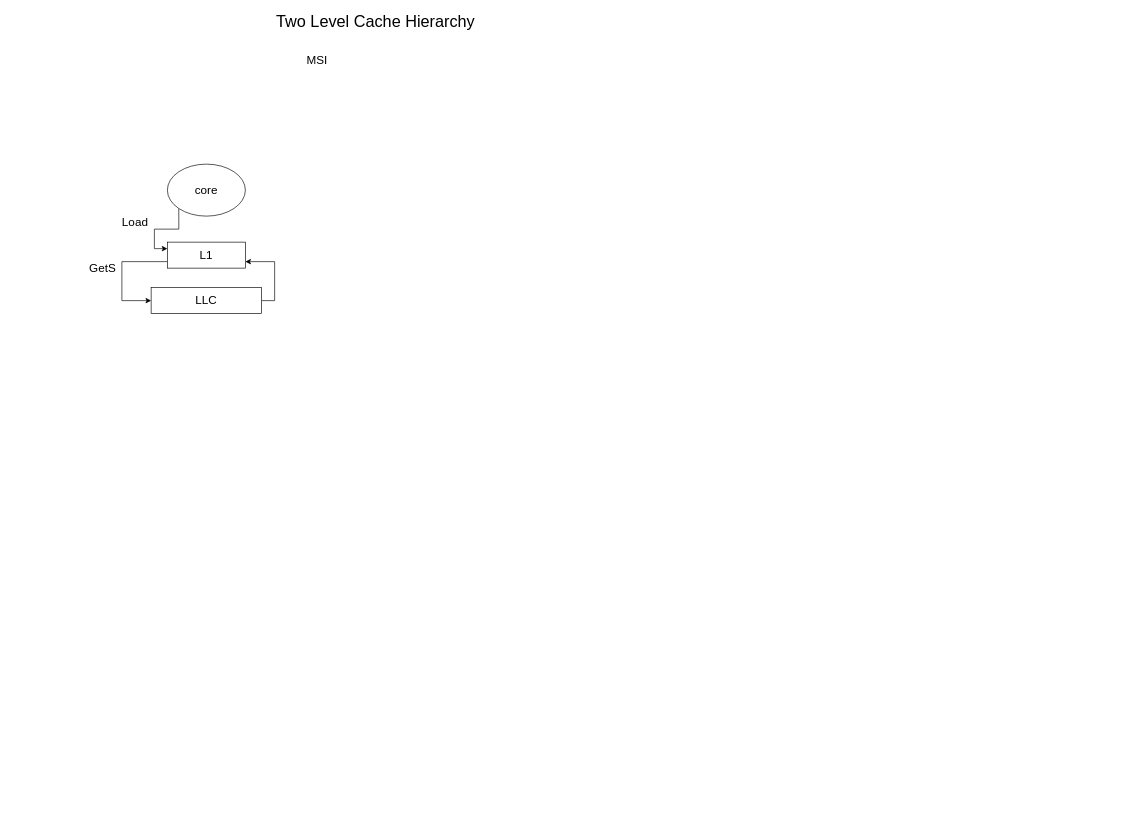
Before: coherence.drawio in miaochenlu/Draw, a draw.io diagram. Source tidied: cells renumbered, new cells numbered last; positions are measured from the earlier drawing's top-left corner, leaving out a move shared by most shapes. Both pictures are drawn from the tidied source at 65%, with x=0, y=0 at pixel (83, 14).
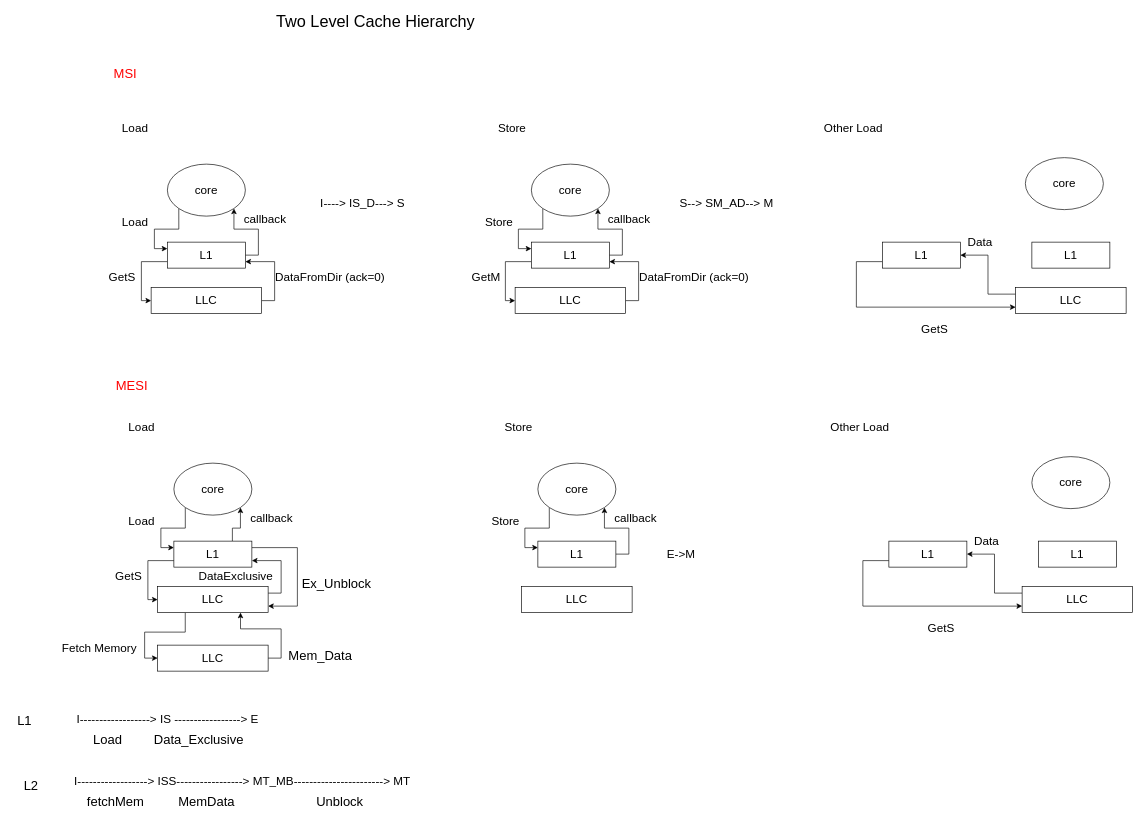
The same diagram, later.

Unchanged cells that the change refers to:
```xml
<mxCell id="5" value="L1" style="rounded=0;whiteSpace=wrap;html=1;fontSize=18;" parent="1" vertex="1">
  <mxGeometry x="130" y="350" width="120" height="40" as="geometry" />
</mxCell>
<mxCell id="7" value="core" style="ellipse;whiteSpace=wrap;html=1;fontSize=18;" parent="1" vertex="1">
  <mxGeometry x="130" y="230" width="120" height="80" as="geometry" />
</mxCell>
<mxCell id="9" value="LLC" style="rounded=0;whiteSpace=wrap;html=1;fontSize=18;" parent="1" vertex="1">
  <mxGeometry x="105" y="420" width="170" height="40" as="geometry" />
</mxCell>
```

Diff of the diagram source:
```diff
@@
-    <mxCell id="2" value="&lt;font style=&quot;font-size: 18px&quot;&gt;MSI&lt;/font&gt;" style="text;html=1;align=center;verticalAlign=middle;strokeColor=none;fillColor=none;" parent="1" vertex="1">
-      <mxGeometry x="335" y="60" width="50" height="20" as="geometry" />
+    <mxCell id="2" value="&lt;font style=&quot;font-size: 20px&quot; color=&quot;#ff0000&quot;&gt;MSI&lt;/font&gt;" style="text;html=1;align=center;verticalAlign=middle;strokeColor=none;fillColor=none;" parent="1" vertex="1">
+      <mxGeometry x="40" y="80" width="50" height="20" as="geometry" />
     </mxCell>
@@
     <mxCell id="4" style="edgeStyle=orthogonalEdgeStyle;rounded=0;jettySize=auto;html=1;exitX=0;exitY=0.75;exitDx=0;exitDy=0;entryX=0;entryY=0.5;entryDx=0;entryDy=0;fontSize=18;" parent="1" edge="1" source="5" target="9">
       <mxGeometry relative="1" as="geometry">
         <Array as="points">
-          <mxPoint x="60" y="380" />
-          <mxPoint x="60" y="440" />
+          <mxPoint x="90" y="380" />
+          <mxPoint x="90" y="440" />
         </Array>
       </mxGeometry>
     </mxCell>
+    <mxCell id="12" style="edgeStyle=orthogonalEdgeStyle;rounded=0;jettySize=auto;html=1;exitX=1;exitY=0.5;exitDx=0;exitDy=0;entryX=1;entryY=1;entryDx=0;entryDy=0;fontSize=18;" parent="1" edge="1" source="5" target="7">
+      <mxGeometry relative="1" as="geometry" />
+    </mxCell>
@@
     <mxCell id="11" value="GetS" style="text;html=1;align=center;verticalAlign=middle;strokeColor=none;fillColor=none;fontSize=18;" parent="1" vertex="1">
-      <mxGeometry y="375" width="60" height="30" as="geometry" />
+      <mxGeometry x="30" y="390" width="60" height="30" as="geometry" />
     </mxCell>
+    <mxCell id="13" value="DataFromDir (ack=0)" style="text;html=1;align=center;verticalAlign=middle;strokeColor=none;fillColor=none;fontSize=18;" parent="1" vertex="1">
+      <mxGeometry x="290" y="390" width="180" height="30" as="geometry" />
+    </mxCell>
+    <mxCell id="14" value="callback" style="text;html=1;align=center;verticalAlign=middle;strokeColor=none;fillColor=none;fontSize=18;" parent="1" vertex="1">
+      <mxGeometry x="240" y="300" width="80" height="30" as="geometry" />
+    </mxCell>
+    <mxCell id="15" value="I----&amp;gt; IS_D---&amp;gt; S" style="text;html=1;align=center;verticalAlign=middle;strokeColor=none;fillColor=none;fontSize=18;" parent="1" vertex="1">
+      <mxGeometry x="355" y="275" width="150" height="30" as="geometry" />
+    </mxCell>
+    <mxCell id="16" style="edgeStyle=orthogonalEdgeStyle;rounded=0;jettySize=auto;html=1;exitX=0;exitY=0.75;exitDx=0;exitDy=0;entryX=0;entryY=0.5;entryDx=0;entryDy=0;fontSize=18;" parent="1" edge="1" source="18" target="22">
+      <mxGeometry relative="1" as="geometry">
+        <Array as="points">
+          <mxPoint x="650" y="380" />
+          <mxPoint x="650" y="440" />
+        </Array>
+      </mxGeometry>
+    </mxCell>
+    <mxCell id="17" style="edgeStyle=orthogonalEdgeStyle;rounded=0;jettySize=auto;html=1;exitX=1;exitY=0.5;exitDx=0;exitDy=0;entryX=1;entryY=1;entryDx=0;entryDy=0;fontSize=18;" parent="1" edge="1" source="18" target="20">
+      <mxGeometry relative="1" as="geometry" />
+    </mxCell>
+    <mxCell id="18" value="L1" style="rounded=0;whiteSpace=wrap;html=1;fontSize=18;" parent="1" vertex="1">
+      <mxGeometry x="690" y="350" width="120" height="40" as="geometry" />
+    </mxCell>
+    <mxCell id="19" style="edgeStyle=orthogonalEdgeStyle;rounded=0;jettySize=auto;html=1;exitX=0;exitY=1;exitDx=0;exitDy=0;entryX=0;entryY=0.25;entryDx=0;entryDy=0;fontSize=18;" parent="1" edge="1" source="20" target="18">
+      <mxGeometry relative="1" as="geometry" />
+    </mxCell>
+    <mxCell id="20" value="core" style="ellipse;whiteSpace=wrap;html=1;fontSize=18;" parent="1" vertex="1">
+      <mxGeometry x="690" y="230" width="120" height="80" as="geometry" />
+    </mxCell>
+    <mxCell id="21" style="edgeStyle=orthogonalEdgeStyle;rounded=0;jettySize=auto;html=1;exitX=1;exitY=0.5;exitDx=0;exitDy=0;entryX=1;entryY=0.75;entryDx=0;entryDy=0;fontSize=18;" parent="1" edge="1" source="22" target="18">
+      <mxGeometry relative="1" as="geometry" />
+    </mxCell>
+    <mxCell id="22" value="LLC" style="rounded=0;whiteSpace=wrap;html=1;fontSize=18;" parent="1" vertex="1">
+      <mxGeometry x="665" y="420" width="170" height="40" as="geometry" />
+    </mxCell>
+    <mxCell id="23" value="Store" style="text;html=1;align=center;verticalAlign=middle;strokeColor=none;fillColor=none;fontSize=18;" parent="1" vertex="1">
+      <mxGeometry x="610" y="305" width="60" height="30" as="geometry" />
+    </mxCell>
+    <mxCell id="24" value="GetM" style="text;html=1;align=center;verticalAlign=middle;strokeColor=none;fillColor=none;fontSize=18;" parent="1" vertex="1">
+      <mxGeometry x="590" y="390" width="60" height="30" as="geometry" />
+    </mxCell>
+    <mxCell id="25" value="DataFromDir (ack=0)" style="text;html=1;align=center;verticalAlign=middle;strokeColor=none;fillColor=none;fontSize=18;" parent="1" vertex="1">
+      <mxGeometry x="850" y="390" width="180" height="30" as="geometry" />
+    </mxCell>
+    <mxCell id="26" value="callback" style="text;html=1;align=center;verticalAlign=middle;strokeColor=none;fillColor=none;fontSize=18;" parent="1" vertex="1">
+      <mxGeometry x="800" y="300" width="80" height="30" as="geometry" />
+    </mxCell>
+    <mxCell id="27" value="S--&amp;gt; SM_AD--&amp;gt; M" style="text;html=1;align=center;verticalAlign=middle;strokeColor=none;fillColor=none;fontSize=18;" parent="1" vertex="1">
+      <mxGeometry x="910" y="275" width="160" height="30" as="geometry" />
+    </mxCell>
+    <mxCell id="28" value="Load" style="text;html=1;align=center;verticalAlign=middle;strokeColor=none;fillColor=none;fontSize=18;" parent="1" vertex="1">
+      <mxGeometry x="50" y="160" width="60" height="30" as="geometry" />
+    </mxCell>
+    <mxCell id="29" value="Store" style="text;html=1;align=center;verticalAlign=middle;strokeColor=none;fillColor=none;fontSize=18;" parent="1" vertex="1">
+      <mxGeometry x="630" y="160" width="60" height="30" as="geometry" />
+    </mxCell>
+    <mxCell id="30" style="edgeStyle=orthogonalEdgeStyle;rounded=0;jettySize=auto;html=1;exitX=0;exitY=0.75;exitDx=0;exitDy=0;entryX=0;entryY=0.75;entryDx=0;entryDy=0;fontSize=18;" parent="1" edge="1" source="31" target="33">
+      <mxGeometry relative="1" as="geometry">
+        <Array as="points">
+          <mxPoint x="1190" y="380" />
+          <mxPoint x="1190" y="450" />
+        </Array>
+      </mxGeometry>
+    </mxCell>
+    <mxCell id="31" value="L1" style="rounded=0;whiteSpace=wrap;html=1;fontSize=18;" parent="1" vertex="1">
+      <mxGeometry x="1230" y="350" width="120" height="40" as="geometry" />
+    </mxCell>
+    <mxCell id="32" style="edgeStyle=orthogonalEdgeStyle;rounded=0;jettySize=auto;html=1;exitX=0;exitY=0.25;exitDx=0;exitDy=0;entryX=1;entryY=0.5;entryDx=0;entryDy=0;fontSize=18;" parent="1" edge="1" source="33" target="31">
+      <mxGeometry relative="1" as="geometry" />
+    </mxCell>
+    <mxCell id="33" value="LLC" style="rounded=0;whiteSpace=wrap;html=1;fontSize=18;" parent="1" vertex="1">
+      <mxGeometry x="1435" y="420" width="170" height="40" as="geometry" />
+    </mxCell>
+    <mxCell id="34" value="GetS" style="text;html=1;align=center;verticalAlign=middle;strokeColor=none;fillColor=none;fontSize=18;" parent="1" vertex="1">
+      <mxGeometry x="1280" y="470" width="60" height="30" as="geometry" />
+    </mxCell>
+    <mxCell id="35" value="Other Load" style="text;html=1;align=center;verticalAlign=middle;strokeColor=none;fillColor=none;fontSize=18;" parent="1" vertex="1">
+      <mxGeometry x="1130" y="160" width="110" height="30" as="geometry" />
+    </mxCell>
+    <mxCell id="36" value="core" style="ellipse;whiteSpace=wrap;html=1;fontSize=18;" parent="1" vertex="1">
+      <mxGeometry x="1450" y="220" width="120" height="80" as="geometry" />
+    </mxCell>
+    <mxCell id="37" value="L1" style="rounded=0;whiteSpace=wrap;html=1;fontSize=18;" parent="1" vertex="1">
+      <mxGeometry x="1460" y="350" width="120" height="40" as="geometry" />
+    </mxCell>
+    <mxCell id="38" value="Data" style="text;html=1;align=center;verticalAlign=middle;strokeColor=none;fillColor=none;fontSize=18;" parent="1" vertex="1">
+      <mxGeometry x="1355" y="335" width="50" height="30" as="geometry" />
+    </mxCell>
+    <mxCell id="39" value="&lt;font style=&quot;font-size: 20px&quot; color=&quot;#ff0000&quot;&gt;MESI&lt;/font&gt;" style="text;html=1;align=center;verticalAlign=middle;strokeColor=none;fillColor=none;" parent="1" vertex="1">
+      <mxGeometry x="45" y="560" width="60" height="20" as="geometry" />
+    </mxCell>
+    <mxCell id="40" style="edgeStyle=orthogonalEdgeStyle;rounded=0;jettySize=auto;html=1;exitX=0;exitY=0.75;exitDx=0;exitDy=0;entryX=0;entryY=0.5;entryDx=0;entryDy=0;fontSize=18;" parent="1" edge="1" source="43" target="48">
+      <mxGeometry relative="1" as="geometry">
+        <Array as="points">
+          <mxPoint x="100" y="840" />
+          <mxPoint x="100" y="900" />
+        </Array>
+      </mxGeometry>
+    </mxCell>
+    <mxCell id="41" style="edgeStyle=orthogonalEdgeStyle;rounded=0;jettySize=auto;html=1;exitX=0.75;exitY=0;exitDx=0;exitDy=0;entryX=1;entryY=1;entryDx=0;entryDy=0;fontSize=18;" parent="1" edge="1" source="43" target="45">
+      <mxGeometry relative="1" as="geometry" />
+    </mxCell>
+    <mxCell id="42" style="edgeStyle=orthogonalEdgeStyle;rounded=0;jettySize=auto;html=1;entryX=1;entryY=0.75;entryDx=0;entryDy=0;fontSize=20;fontColor=#000000;" parent="1" edge="1" target="48">
+      <mxGeometry relative="1" as="geometry">
+        <mxPoint x="260" y="820" as="sourcePoint" />
+        <Array as="points">
+          <mxPoint x="260" y="820" />
+          <mxPoint x="330" y="820" />
+          <mxPoint x="330" y="910" />
+        </Array>
+      </mxGeometry>
+    </mxCell>
+    <mxCell id="43" value="L1" style="rounded=0;whiteSpace=wrap;html=1;fontSize=18;" parent="1" vertex="1">
+      <mxGeometry x="140" y="810" width="120" height="40" as="geometry" />
+    </mxCell>
+    <mxCell id="44" style="edgeStyle=orthogonalEdgeStyle;rounded=0;jettySize=auto;html=1;exitX=0;exitY=1;exitDx=0;exitDy=0;entryX=0;entryY=0.25;entryDx=0;entryDy=0;fontSize=18;" parent="1" edge="1" source="45" target="43">
+      <mxGeometry relative="1" as="geometry" />
+    </mxCell>
+    <mxCell id="45" value="core" style="ellipse;whiteSpace=wrap;html=1;fontSize=18;" parent="1" vertex="1">
+      <mxGeometry x="140" y="690" width="120" height="80" as="geometry" />
+    </mxCell>
+    <mxCell id="46" style="edgeStyle=orthogonalEdgeStyle;rounded=0;jettySize=auto;html=1;exitX=1;exitY=0.25;exitDx=0;exitDy=0;entryX=1;entryY=0.75;entryDx=0;entryDy=0;fontSize=18;" parent="1" edge="1" source="48" target="43">
+      <mxGeometry relative="1" as="geometry" />
+    </mxCell>
+    <mxCell id="47" style="edgeStyle=orthogonalEdgeStyle;rounded=0;jettySize=auto;html=1;exitX=0.25;exitY=1;exitDx=0;exitDy=0;entryX=0;entryY=0.5;entryDx=0;entryDy=0;fontSize=20;fontColor=#FF0000;" parent="1" edge="1" source="48" target="74">
+      <mxGeometry relative="1" as="geometry">
+        <Array as="points">
+          <mxPoint x="158" y="950" />
+          <mxPoint x="95" y="950" />
+          <mxPoint x="95" y="990" />
+        </Array>
+      </mxGeometry>
+    </mxCell>
+    <mxCell id="48" value="LLC" style="rounded=0;whiteSpace=wrap;html=1;fontSize=18;" parent="1" vertex="1">
+      <mxGeometry x="115" y="880" width="170" height="40" as="geometry" />
+    </mxCell>
+    <mxCell id="49" value="Load" style="text;html=1;align=center;verticalAlign=middle;strokeColor=none;fillColor=none;fontSize=18;" parent="1" vertex="1">
+      <mxGeometry x="60" y="765" width="60" height="30" as="geometry" />
+    </mxCell>
+    <mxCell id="50" value="GetS" style="text;html=1;align=center;verticalAlign=middle;strokeColor=none;fillColor=none;fontSize=18;" parent="1" vertex="1">
+      <mxGeometry x="40" y="850" width="60" height="30" as="geometry" />
+    </mxCell>
+    <mxCell id="51" value="DataExclusive" style="text;html=1;align=center;verticalAlign=middle;strokeColor=none;fillColor=none;fontSize=18;" parent="1" vertex="1">
+      <mxGeometry x="170" y="850" width="130" height="30" as="geometry" />
+    </mxCell>
+    <mxCell id="52" value="callback" style="text;html=1;align=center;verticalAlign=middle;strokeColor=none;fillColor=none;fontSize=18;" parent="1" vertex="1">
+      <mxGeometry x="250" y="760" width="80" height="30" as="geometry" />
+    </mxCell>
+    <mxCell id="53" value="I------------------&amp;gt; ISS-----------------&amp;gt; MT_MB-----------------------&amp;gt; MT" style="text;html=1;align=center;verticalAlign=middle;strokeColor=none;fillColor=none;fontSize=18;" parent="1" vertex="1">
+      <mxGeometry x="-20" y="1165" width="530" height="30" as="geometry" />
+    </mxCell>
+    <mxCell id="54" style="edgeStyle=orthogonalEdgeStyle;rounded=0;jettySize=auto;html=1;exitX=1;exitY=0.5;exitDx=0;exitDy=0;entryX=1;entryY=1;entryDx=0;entryDy=0;fontSize=18;" parent="1" edge="1" source="55" target="57">
+      <mxGeometry relative="1" as="geometry" />
+    </mxCell>
+    <mxCell id="55" value="L1" style="rounded=0;whiteSpace=wrap;html=1;fontSize=18;" parent="1" vertex="1">
+      <mxGeometry x="700" y="810" width="120" height="40" as="geometry" />
+    </mxCell>
+    <mxCell id="56" style="edgeStyle=orthogonalEdgeStyle;rounded=0;jettySize=auto;html=1;exitX=0;exitY=1;exitDx=0;exitDy=0;entryX=0;entryY=0.25;entryDx=0;entryDy=0;fontSize=18;" parent="1" edge="1" source="57" target="55">
+      <mxGeometry relative="1" as="geometry" />
+    </mxCell>
+    <mxCell id="57" value="core" style="ellipse;whiteSpace=wrap;html=1;fontSize=18;" parent="1" vertex="1">
+      <mxGeometry x="700" y="690" width="120" height="80" as="geometry" />
+    </mxCell>
+    <mxCell id="58" value="LLC" style="rounded=0;whiteSpace=wrap;html=1;fontSize=18;" parent="1" vertex="1">
+      <mxGeometry x="675" y="880" width="170" height="40" as="geometry" />
+    </mxCell>
+    <mxCell id="59" value="Store" style="text;html=1;align=center;verticalAlign=middle;strokeColor=none;fillColor=none;fontSize=18;" parent="1" vertex="1">
+      <mxGeometry x="620" y="765" width="60" height="30" as="geometry" />
+    </mxCell>
+    <mxCell id="60" value="callback" style="text;html=1;align=center;verticalAlign=middle;strokeColor=none;fillColor=none;fontSize=18;" parent="1" vertex="1">
+      <mxGeometry x="810" y="760" width="80" height="30" as="geometry" />
+    </mxCell>
+    <mxCell id="61" value="E-&amp;gt;M" style="text;html=1;align=center;verticalAlign=middle;strokeColor=none;fillColor=none;fontSize=18;" parent="1" vertex="1">
+      <mxGeometry x="890" y="815" width="60" height="30" as="geometry" />
+    </mxCell>
+    <mxCell id="62" value="Load" style="text;html=1;align=center;verticalAlign=middle;strokeColor=none;fillColor=none;fontSize=18;" parent="1" vertex="1">
+      <mxGeometry x="60" y="620" width="60" height="30" as="geometry" />
+    </mxCell>
+    <mxCell id="63" value="Store" style="text;html=1;align=center;verticalAlign=middle;strokeColor=none;fillColor=none;fontSize=18;" parent="1" vertex="1">
+      <mxGeometry x="640" y="620" width="60" height="30" as="geometry" />
+    </mxCell>
+    <mxCell id="64" style="edgeStyle=orthogonalEdgeStyle;rounded=0;jettySize=auto;html=1;exitX=0;exitY=0.75;exitDx=0;exitDy=0;entryX=0;entryY=0.75;entryDx=0;entryDy=0;fontSize=18;" parent="1" edge="1" source="65" target="67">
+      <mxGeometry relative="1" as="geometry">
+        <Array as="points">
+          <mxPoint x="1200" y="840" />
+          <mxPoint x="1200" y="910" />
+        </Array>
+      </mxGeometry>
+    </mxCell>
+    <mxCell id="65" value="L1" style="rounded=0;whiteSpace=wrap;html=1;fontSize=18;" parent="1" vertex="1">
+      <mxGeometry x="1240" y="810" width="120" height="40" as="geometry" />
+    </mxCell>
+    <mxCell id="66" style="edgeStyle=orthogonalEdgeStyle;rounded=0;jettySize=auto;html=1;exitX=0;exitY=0.25;exitDx=0;exitDy=0;entryX=1;entryY=0.5;entryDx=0;entryDy=0;fontSize=18;" parent="1" edge="1" source="67" target="65">
+      <mxGeometry relative="1" as="geometry" />
+    </mxCell>
+    <mxCell id="67" value="LLC" style="rounded=0;whiteSpace=wrap;html=1;fontSize=18;" parent="1" vertex="1">
+      <mxGeometry x="1445" y="880" width="170" height="40" as="geometry" />
+    </mxCell>
+    <mxCell id="68" value="GetS" style="text;html=1;align=center;verticalAlign=middle;strokeColor=none;fillColor=none;fontSize=18;" parent="1" vertex="1">
+      <mxGeometry x="1290" y="930" width="60" height="30" as="geometry" />
+    </mxCell>
+    <mxCell id="69" value="Other Load" style="text;html=1;align=center;verticalAlign=middle;strokeColor=none;fillColor=none;fontSize=18;" parent="1" vertex="1">
+      <mxGeometry x="1140" y="620" width="110" height="30" as="geometry" />
+    </mxCell>
+    <mxCell id="70" value="core" style="ellipse;whiteSpace=wrap;html=1;fontSize=18;" parent="1" vertex="1">
+      <mxGeometry x="1460" y="680" width="120" height="80" as="geometry" />
+    </mxCell>
+    <mxCell id="71" value="L1" style="rounded=0;whiteSpace=wrap;html=1;fontSize=18;" parent="1" vertex="1">
+      <mxGeometry x="1470" y="810" width="120" height="40" as="geometry" />
+    </mxCell>
+    <mxCell id="72" value="Data" style="text;html=1;align=center;verticalAlign=middle;strokeColor=none;fillColor=none;fontSize=18;" parent="1" vertex="1">
+      <mxGeometry x="1365" y="795" width="50" height="30" as="geometry" />
+    </mxCell>
+    <mxCell id="73" style="edgeStyle=orthogonalEdgeStyle;rounded=0;jettySize=auto;html=1;exitX=1;exitY=0.5;exitDx=0;exitDy=0;entryX=0.75;entryY=1;entryDx=0;entryDy=0;fontSize=20;fontColor=#FF0000;" parent="1" edge="1" source="74" target="48">
+      <mxGeometry relative="1" as="geometry" />
+    </mxCell>
+    <mxCell id="74" value="LLC" style="rounded=0;whiteSpace=wrap;html=1;fontSize=18;" parent="1" vertex="1">
+      <mxGeometry x="115" y="970" width="170" height="40" as="geometry" />
+    </mxCell>
+    <mxCell id="75" value="Fetch Memory" style="text;html=1;align=center;verticalAlign=middle;strokeColor=none;fillColor=none;fontSize=18;" parent="1" vertex="1">
+      <mxGeometry x="-40" y="960" width="130" height="30" as="geometry" />
+    </mxCell>
+    <mxCell id="76" value="&lt;font color=&quot;#000000&quot;&gt;Mem_Data&lt;/font&gt;" style="text;html=1;align=center;verticalAlign=middle;strokeColor=none;fillColor=none;fontSize=20;fontColor=#FF0000;" parent="1" vertex="1">
+      <mxGeometry x="310" y="970" width="110" height="30" as="geometry" />
+    </mxCell>
+    <mxCell id="77" value="Ex_Unblock" style="text;html=1;align=center;verticalAlign=middle;strokeColor=none;fillColor=none;fontSize=20;fontColor=#000000;" parent="1" vertex="1">
+      <mxGeometry x="330" y="860" width="120" height="30" as="geometry" />
+    </mxCell>
+    <mxCell id="78" value="fetchMem" style="text;html=1;align=center;verticalAlign=middle;strokeColor=none;fillColor=none;fontSize=20;fontColor=#000000;" parent="1" vertex="1">
+      <mxGeometry y="1195" width="100" height="30" as="geometry" />
+    </mxCell>
+    <mxCell id="79" value="MemData" style="text;html=1;align=center;verticalAlign=middle;strokeColor=none;fillColor=none;fontSize=20;fontColor=#000000;" parent="1" vertex="1">
+      <mxGeometry x="140" y="1195" width="100" height="30" as="geometry" />
+    </mxCell>
+    <mxCell id="80" value="Unblock" style="text;html=1;align=center;verticalAlign=middle;strokeColor=none;fillColor=none;fontSize=20;fontColor=#000000;" parent="1" vertex="1">
+      <mxGeometry x="350" y="1195" width="90" height="30" as="geometry" />
+    </mxCell>
+    <mxCell id="81" value="I------------------&amp;gt; IS -----------------&amp;gt; E" style="text;html=1;align=center;verticalAlign=middle;strokeColor=none;fillColor=none;fontSize=18;" parent="1" vertex="1">
+      <mxGeometry x="-20" y="1070" width="300" height="30" as="geometry" />
+    </mxCell>
+    <mxCell id="82" value="Load" style="text;html=1;align=center;verticalAlign=middle;strokeColor=none;fillColor=none;fontSize=20;fontColor=#000000;" parent="1" vertex="1">
+      <mxGeometry x="7.5" y="1100" width="60" height="30" as="geometry" />
+    </mxCell>
+    <mxCell id="83" value="Data_Exclusive" style="text;html=1;align=center;verticalAlign=middle;strokeColor=none;fillColor=none;fontSize=20;fontColor=#000000;" parent="1" vertex="1">
+      <mxGeometry x="102.5" y="1100" width="150" height="30" as="geometry" />
+    </mxCell>
+    <mxCell id="84" value="L2" style="text;html=1;align=center;verticalAlign=middle;strokeColor=none;fillColor=none;fontSize=20;fontColor=#000000;" parent="1" vertex="1">
+      <mxGeometry x="-100" y="1170" width="40" height="30" as="geometry" />
+    </mxCell>
+    <mxCell id="85" value="L1" style="text;html=1;align=center;verticalAlign=middle;strokeColor=none;fillColor=none;fontSize=20;fontColor=#000000;" parent="1" vertex="1">
+      <mxGeometry x="-110" y="1070" width="40" height="30" as="geometry" />
+    </mxCell>
```
